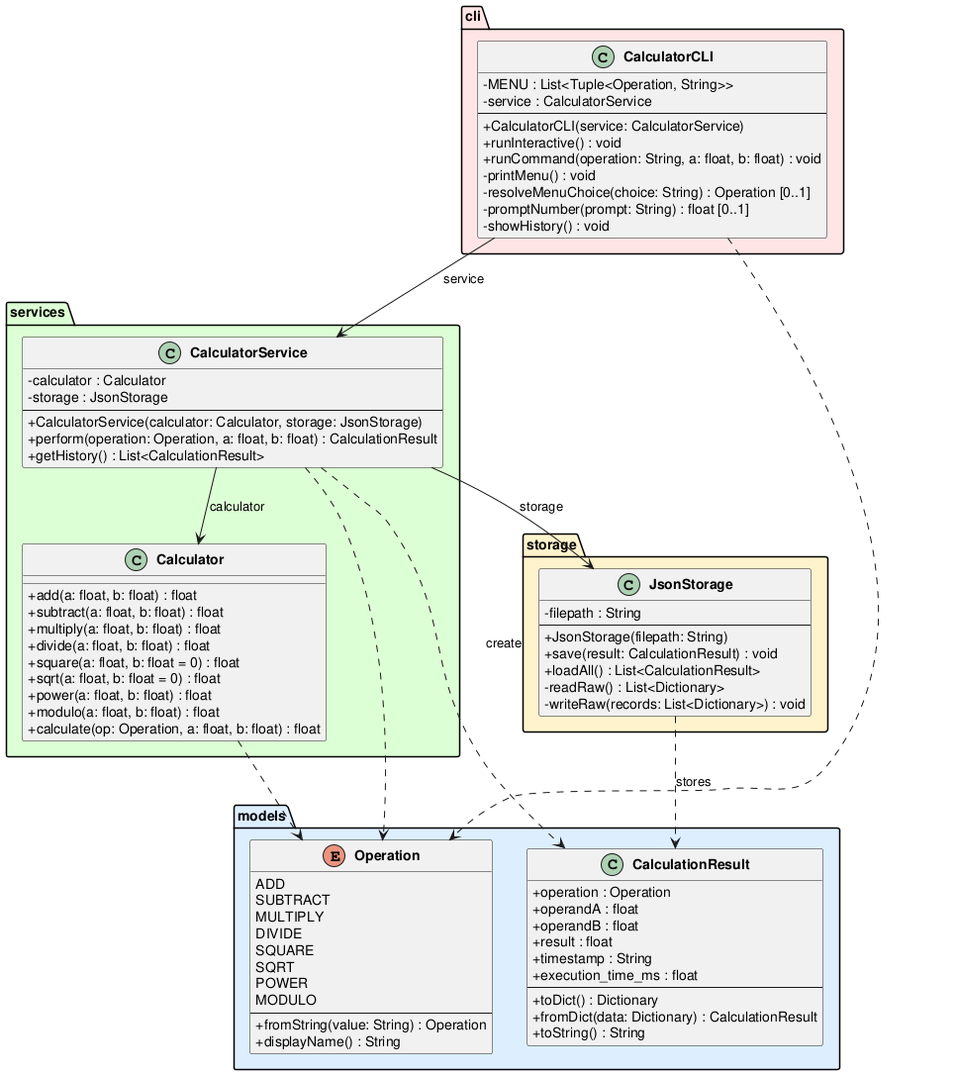
The PlantUML diagram experiments/pipeline/test_driven/calculator/artifacts/class_diagram.png in DanielRiha8906/Software_autoevolution_using_agents, before a commit.
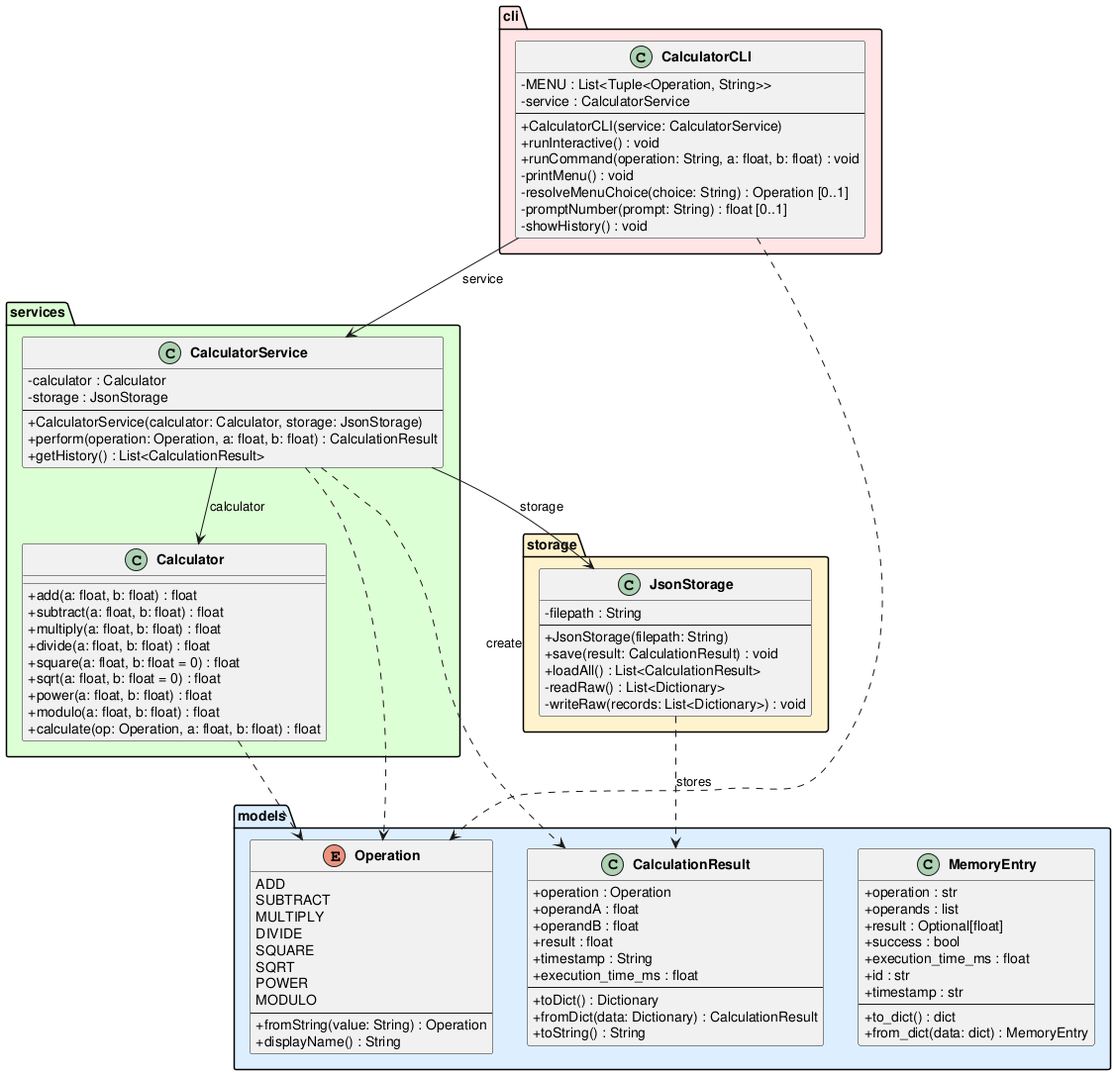
The same file after the commit.

Change to the diagram source:
```diff
@@ -29,6 +29,19 @@
         +toDict() : Dictionary
         +fromDict(data: Dictionary) : CalculationResult
         +toString() : String
+    }
+
+    class MemoryEntry {
+        +operation : str
+        +operands : list
+        +result : Optional[float]
+        +success : bool
+        +execution_time_ms : float
+        +id : str
+        +timestamp : str
+        --
+        +to_dict() : dict
+        +from_dict(data: dict) : MemoryEntry
     }
 }
 
```
